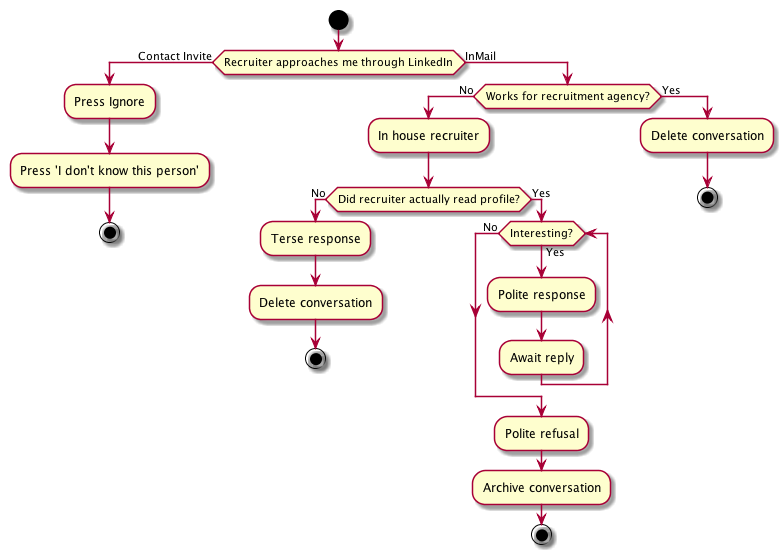
This is recruiters.png from jsteenbeeke/jsteenbeeke.github.io, a PlantUML export, as it was before one commit. Source of this version:
```plantuml
@startuml

start

if (Recruiter approaches me through LinkedIn) then (Contact Invite)
    :Press Ignore;
    :Press 'I don't know this person';
    stop
else (InMail)
    if (Works for recruitment agency?) then (No)
      :In house recruiter;
      if (Did recruiter actually read profile?) then (No)
        :Terse response;
        :Delete conversation;
        stop;
      else (Yes)
        while (Interesting?) is (Yes)
        :Polite response;
        :Await reply;
        endwhile (No)
        :Polite refusal;
        :Archive conversation;
        stop
      endif
    else (Yes)
      :Delete conversation;
      stop
    endif
endif

@enduml
```
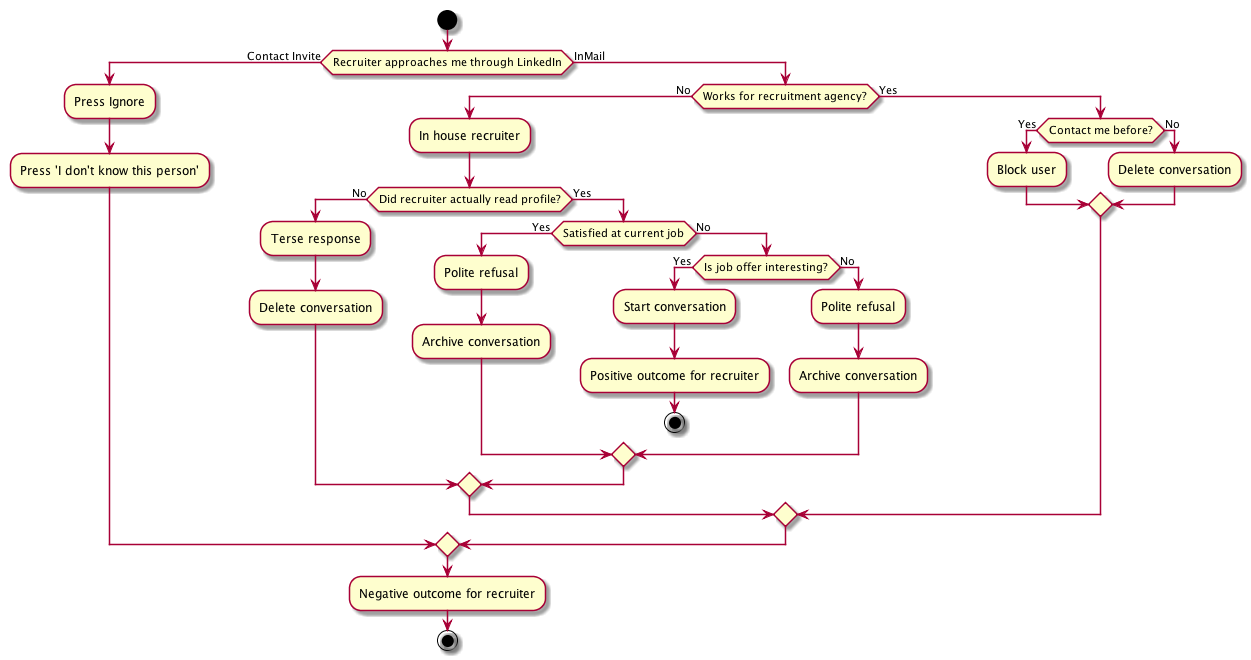
The same file after the commit.

Commit message:
Updated recruiter info

Change to the diagram source:
```diff
@@ -5,27 +5,36 @@
 if (Recruiter approaches me through LinkedIn) then (Contact Invite)
     :Press Ignore;
     :Press 'I don't know this person';
-    stop
 else (InMail)
     if (Works for recruitment agency?) then (No)
       :In house recruiter;
       if (Did recruiter actually read profile?) then (No)
         :Terse response;
         :Delete conversation;
-        stop;
       else (Yes)
-        while (Interesting?) is (Yes)
-        :Polite response;
-        :Await reply;
-        endwhile (No)
-        :Polite refusal;
-        :Archive conversation;
-        stop
+        if (Satisfied at current job) then (Yes)
+          :Polite refusal;
+          :Archive conversation;
+        else (No)
+            if (Is job offer interesting?) then (Yes)
+                :Start conversation;
+                :Positive outcome for recruiter;
+                stop;
+            else (No)
+                :Polite refusal;
+                :Archive conversation;
+            endif
+        endif
       endif
     else (Yes)
-      :Delete conversation;
-      stop
+      if (Contact me before?) then (Yes)
+        :Block user;
+      else (No)
+        :Delete conversation;
+        endif
     endif
 endif
+:Negative outcome for recruiter;
+stop
 
 @enduml
```
